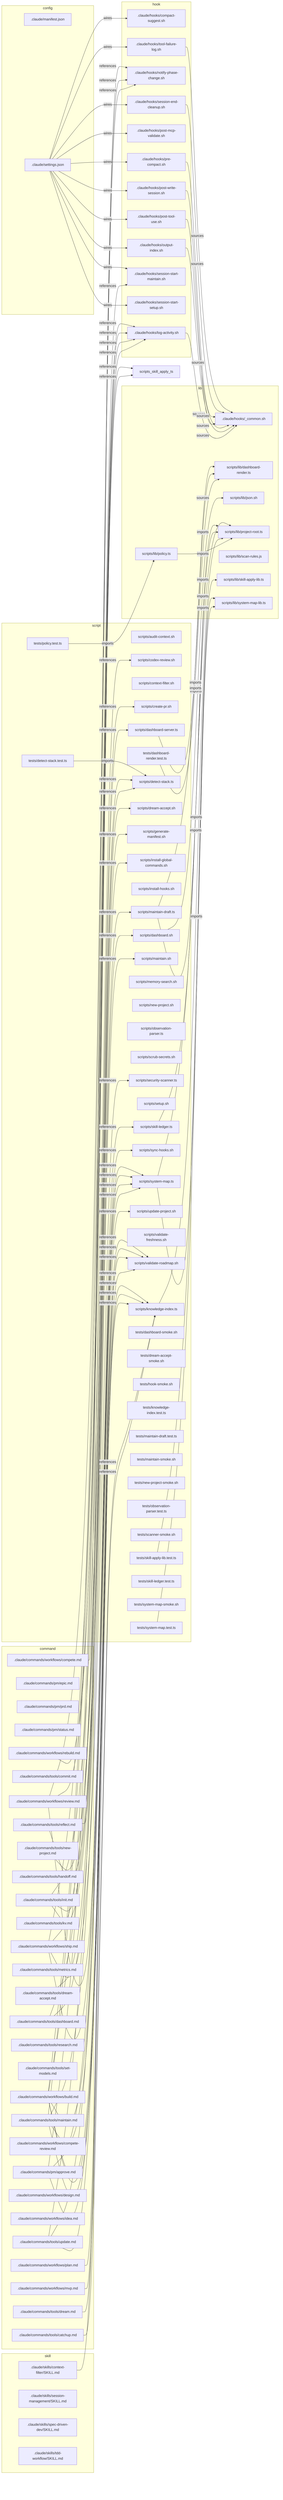
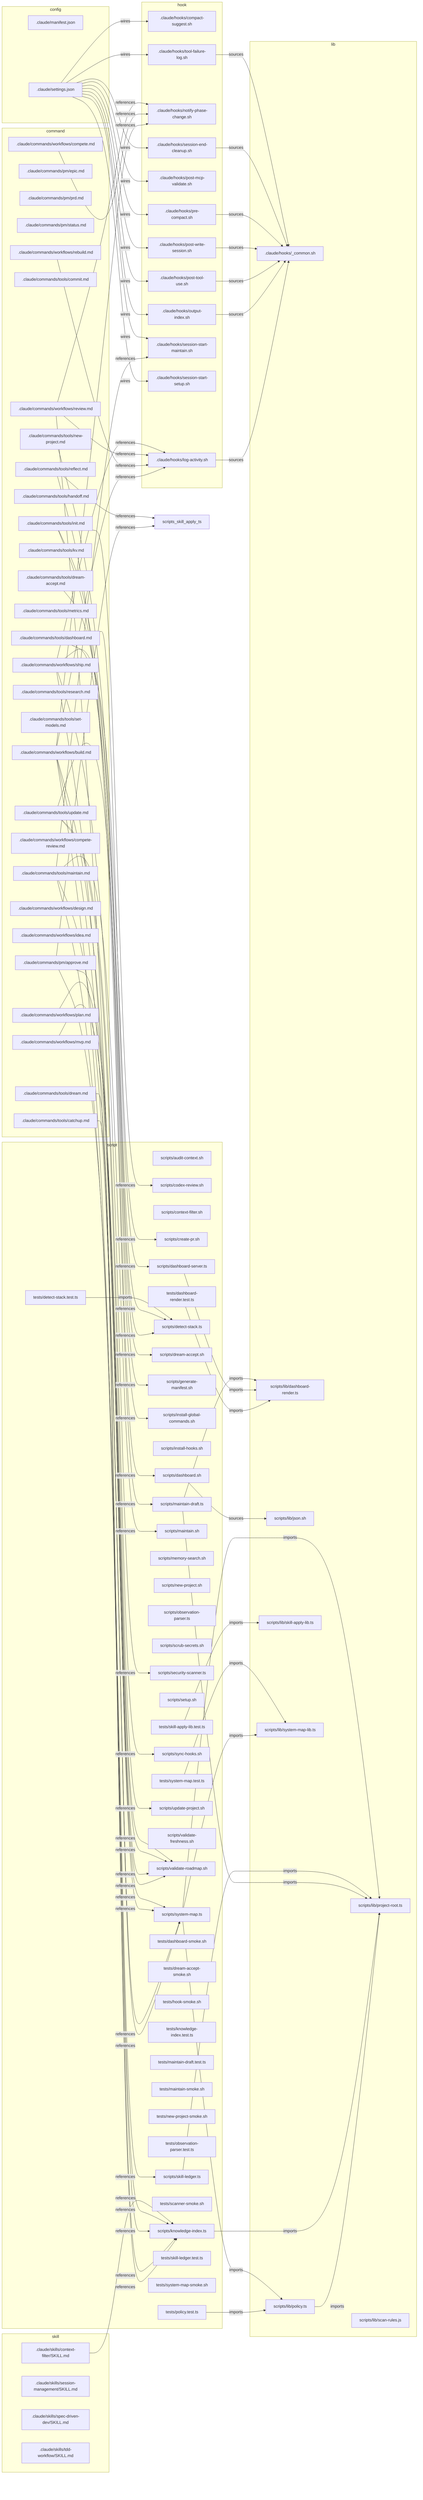
flowchart LR
  subgraph command
    c_pm_approve[".claude/commands/pm/approve.md"]
    c_pm_epic[".claude/commands/pm/epic.md"]
    c_pm_prd[".claude/commands/pm/prd.md"]
    c_pm_status[".claude/commands/pm/status.md"]
    c_tools_catchup[".claude/commands/tools/catchup.md"]
    c_tools_commit[".claude/commands/tools/commit.md"]
    c_tools_dashboard[".claude/commands/tools/dashboard.md"]
    c_tools_dream_accept[".claude/commands/tools/dream-accept.md"]
    c_tools_dream[".claude/commands/tools/dream.md"]
    c_tools_handoff[".claude/commands/tools/handoff.md"]
    c_tools_init[".claude/commands/tools/init.md"]
    c_tools_kv[".claude/commands/tools/kv.md"]
    c_tools_maintain[".claude/commands/tools/maintain.md"]
    c_tools_metrics[".claude/commands/tools/metrics.md"]
    c_tools_new_project[".claude/commands/tools/new-project.md"]
    c_tools_reflect[".claude/commands/tools/reflect.md"]
    c_tools_research[".claude/commands/tools/research.md"]
    c_tools_set_models[".claude/commands/tools/set-models.md"]
    c_tools_update[".claude/commands/tools/update.md"]
    c_workflows_build[".claude/commands/workflows/build.md"]
    c_workflows_compete_review[".claude/commands/workflows/compete-review.md"]
    c_workflows_compete[".claude/commands/workflows/compete.md"]
    c_workflows_design[".claude/commands/workflows/design.md"]
    c_workflows_idea[".claude/commands/workflows/idea.md"]
    c_workflows_mvp[".claude/commands/workflows/mvp.md"]
    c_workflows_plan[".claude/commands/workflows/plan.md"]
    c_workflows_rebuild[".claude/commands/workflows/rebuild.md"]
    c_workflows_review[".claude/commands/workflows/review.md"]
    c_workflows_ship[".claude/commands/workflows/ship.md"]
  end
  subgraph config
    cfg_manifest[".claude/manifest.json"]
    cfg_settings[".claude/settings.json"]
  end
  subgraph hook
    h_compact_suggest[".claude/hooks/compact-suggest.sh"]
    h_log_activity[".claude/hooks/log-activity.sh"]
    h_notify_phase_change[".claude/hooks/notify-phase-change.sh"]
    h_output_index[".claude/hooks/output-index.sh"]
    h_post_mcp_validate[".claude/hooks/post-mcp-validate.sh"]
    h_post_tool_use[".claude/hooks/post-tool-use.sh"]
    h_post_write_session[".claude/hooks/post-write-session.sh"]
    h_pre_compact[".claude/hooks/pre-compact.sh"]
    h_session_end_cleanup[".claude/hooks/session-end-cleanup.sh"]
    h_session_start_maintain[".claude/hooks/session-start-maintain.sh"]
    h_session_start_setup[".claude/hooks/session-start-setup.sh"]
    h_tool_failure_log[".claude/hooks/tool-failure-log.sh"]
  end
  subgraph lib
    l_common[".claude/hooks/_common.sh"]
    l_dashboard_render["scripts/lib/dashboard-render.ts"]
    l_json["scripts/lib/json.sh"]
    l_policy["scripts/lib/policy.ts"]
    l_project_root["scripts/lib/project-root.ts"]
    l_scan_rules["scripts/lib/scan-rules.js"]
    l_skill_apply_lib["scripts/lib/skill-apply-lib.ts"]
    l_system_map_lib["scripts/lib/system-map-lib.ts"]
  end
  subgraph script
    s_audit_context["scripts/audit-context.sh"]
    s_codex_review["scripts/codex-review.sh"]
    s_context_filter["scripts/context-filter.sh"]
    s_create_pr["scripts/create-pr.sh"]
    s_dashboard_server["scripts/dashboard-server.ts"]
    s_dashboard["scripts/dashboard.sh"]
    s_detect_stack["scripts/detect-stack.ts"]
    s_dream_accept["scripts/dream-accept.sh"]
    s_generate_manifest["scripts/generate-manifest.sh"]
    s_install_global_commands["scripts/install-global-commands.sh"]
    s_install_hooks["scripts/install-hooks.sh"]
    s_knowledge_index["scripts/knowledge-index.ts"]
    s_maintain_draft["scripts/maintain-draft.ts"]
    s_maintain["scripts/maintain.sh"]
    s_memory_search["scripts/memory-search.sh"]
    s_new_project["scripts/new-project.sh"]
    s_observation_parser["scripts/observation-parser.ts"]
    s_scrub_secrets["scripts/scrub-secrets.sh"]
    s_security_scanner["scripts/security-scanner.ts"]
    s_setup["scripts/setup.sh"]
    s_skill_ledger["scripts/skill-ledger.ts"]
    s_sync_hooks["scripts/sync-hooks.sh"]
    s_system_map["scripts/system-map.ts"]
    s_update_project["scripts/update-project.sh"]
    s_validate_freshness["scripts/validate-freshness.sh"]
    s_validate_roadmap["scripts/validate-roadmap.sh"]
    s_dashboard_render_test["tests/dashboard-render.test.ts"]
    s_dashboard_smoke["tests/dashboard-smoke.sh"]
    s_detect_stack_test["tests/detect-stack.test.ts"]
    s_dream_accept_smoke["tests/dream-accept-smoke.sh"]
    s_hook_smoke["tests/hook-smoke.sh"]
    s_knowledge_index_test["tests/knowledge-index.test.ts"]
    s_maintain_draft_test["tests/maintain-draft.test.ts"]
    s_maintain_smoke["tests/maintain-smoke.sh"]
    s_new_project_smoke["tests/new-project-smoke.sh"]
    s_observation_parser_test["tests/observation-parser.test.ts"]
    s_policy_test["tests/policy.test.ts"]
    s_scanner_smoke["tests/scanner-smoke.sh"]
    s_skill_apply_lib_test["tests/skill-apply-lib.test.ts"]
    s_skill_ledger_test["tests/skill-ledger.test.ts"]
    s_system_map_smoke["tests/system-map-smoke.sh"]
    s_system_map_test["tests/system-map.test.ts"]
  end
  subgraph skill
    sk_context_filter_skill[".claude/skills/context-filter/SKILL.md"]
    sk_session_management_skill[".claude/skills/session-management/SKILL.md"]
    sk_spec_driven_dev_skill[".claude/skills/spec-driven-dev/SKILL.md"]
    sk_tdd_workflow_skill[".claude/skills/tdd-workflow/SKILL.md"]
  end
  c_pm_approve -->|references| s_skill_ledger
  c_pm_approve -->|references| s_validate_roadmap
  c_pm_approve -->|references| scripts_skill_apply_ts
  c_tools_catchup -->|references| s_knowledge_index
  c_tools_dashboard -->|references| s_dashboard
  c_tools_dashboard -->|references| s_dashboard_server
  c_tools_dream -->|references| s_knowledge_index
  c_tools_dream_accept -->|references| s_dream_accept
  c_tools_init -->|references| s_codex_review
  c_tools_init -->|references| s_detect_stack
  c_tools_init -->|references| s_install_global_commands
  c_tools_maintain -->|references| h_session_start_maintain
  c_tools_maintain -->|references| s_knowledge_index
  c_tools_maintain -->|references| s_maintain
  c_tools_maintain -->|references| s_system_map
  c_tools_new_project -->|references| s_detect_stack
  c_tools_reflect -->|references| s_maintain_draft
  c_tools_reflect -->|references| scripts_skill_apply_ts
  c_tools_update -->|references| s_generate_manifest
  c_tools_update -->|references| s_sync_hooks
  c_tools_update -->|references| s_update_project
  c_workflows_build -->|references| h_log_activity
  c_workflows_build -->|references| h_notify_phase_change
  c_workflows_build -->|references| s_knowledge_index
  c_workflows_build -->|references| s_system_map
  c_workflows_build -->|references| s_validate_roadmap
  c_workflows_compete -->|references| h_notify_phase_change
  c_workflows_mvp -->|references| s_validate_roadmap
  c_workflows_plan -->|references| s_validate_roadmap
  c_workflows_rebuild -->|references| h_log_activity
  c_workflows_review -->|references| h_log_activity
  c_workflows_review -->|references| h_notify_phase_change
  c_workflows_review -->|references| s_system_map
  c_workflows_ship -->|references| h_log_activity
  c_workflows_ship -->|references| s_create_pr
  c_workflows_ship -->|references| s_security_scanner
  c_workflows_ship -->|references| s_system_map
  cfg_settings -->|wires| h_compact_suggest
  cfg_settings -->|wires| h_output_index
  cfg_settings -->|wires| h_post_mcp_validate
  cfg_settings -->|wires| h_post_tool_use
  cfg_settings -->|wires| h_post_write_session
  cfg_settings -->|wires| h_pre_compact
  cfg_settings -->|wires| h_session_end_cleanup
  cfg_settings -->|wires| h_session_start_maintain
  cfg_settings -->|wires| h_session_start_setup
  cfg_settings -->|wires| h_tool_failure_log
  h_log_activity -->|sources| l_common
  h_output_index -->|sources| l_common
  h_post_tool_use -->|sources| l_common
  h_post_write_session -->|sources| l_common
  h_pre_compact -->|sources| l_common
  h_session_end_cleanup -->|sources| l_common
  h_tool_failure_log -->|sources| l_common
  l_policy -->|imports| l_project_root
  s_dashboard -->|sources| l_json
  s_dashboard_render_test -->|imports| l_dashboard_render
  s_dashboard_server -->|imports| l_dashboard_render
  s_detect_stack_test -->|imports| s_detect_stack
  s_knowledge_index -->|imports| l_project_root
  s_maintain_draft -->|imports| l_dashboard_render
  s_maintain_draft -->|imports| l_project_root
  s_policy_test -->|imports| l_policy
  s_skill_apply_lib_test -->|imports| l_skill_apply_lib
  s_skill_ledger -->|imports| l_project_root
+   s_system_map -->|imports| l_policy
  s_system_map -->|imports| l_project_root
  s_system_map -->|imports| l_system_map_lib
  s_system_map_test -->|imports| l_system_map_lib
  sk_context_filter_skill -->|references| s_knowledge_index
